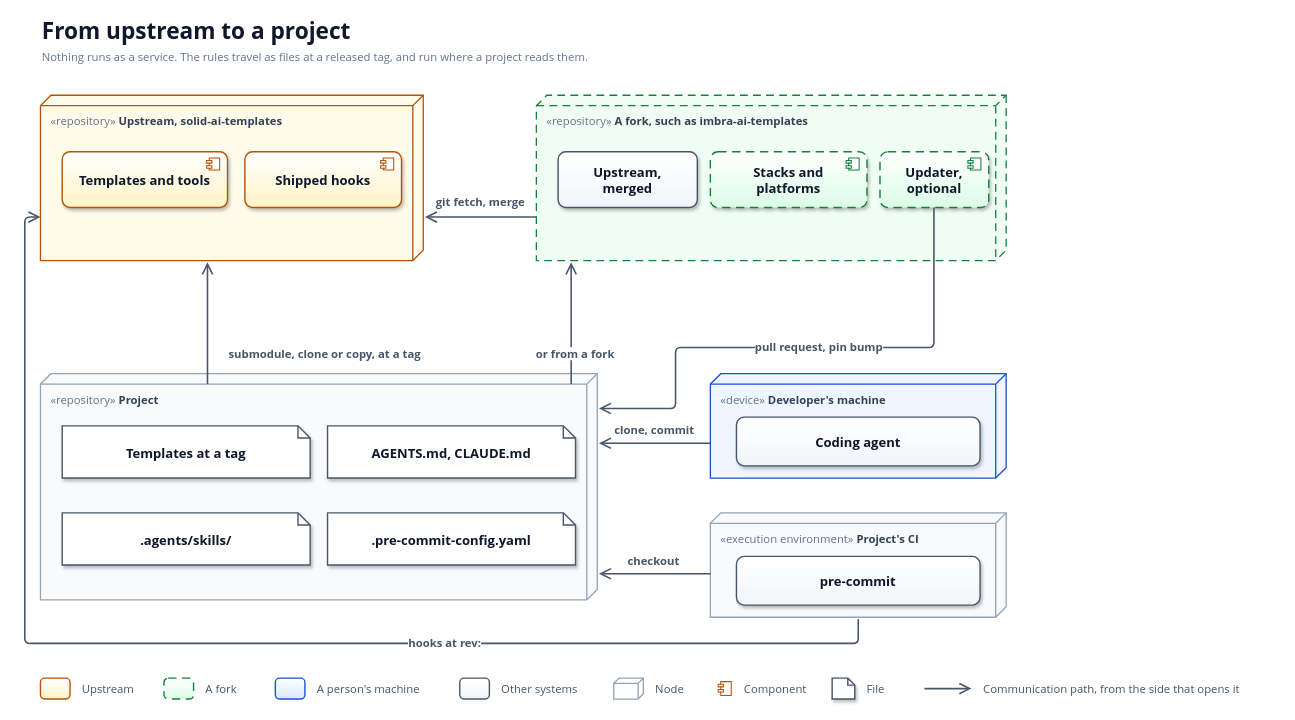
Before: docs/diagrams/deployment-distribution.drawio in solid-ai-dev/solid-ai-templates, a draw.io diagram. Source tidied: cells renumbered, new cells numbered last; positions are measured from the earlier drawing's top-left corner, leaving out a move shared by most shapes. Both pictures are drawn from the tidied source at 87%, with x=0, y=0 at pixel (24, 15).
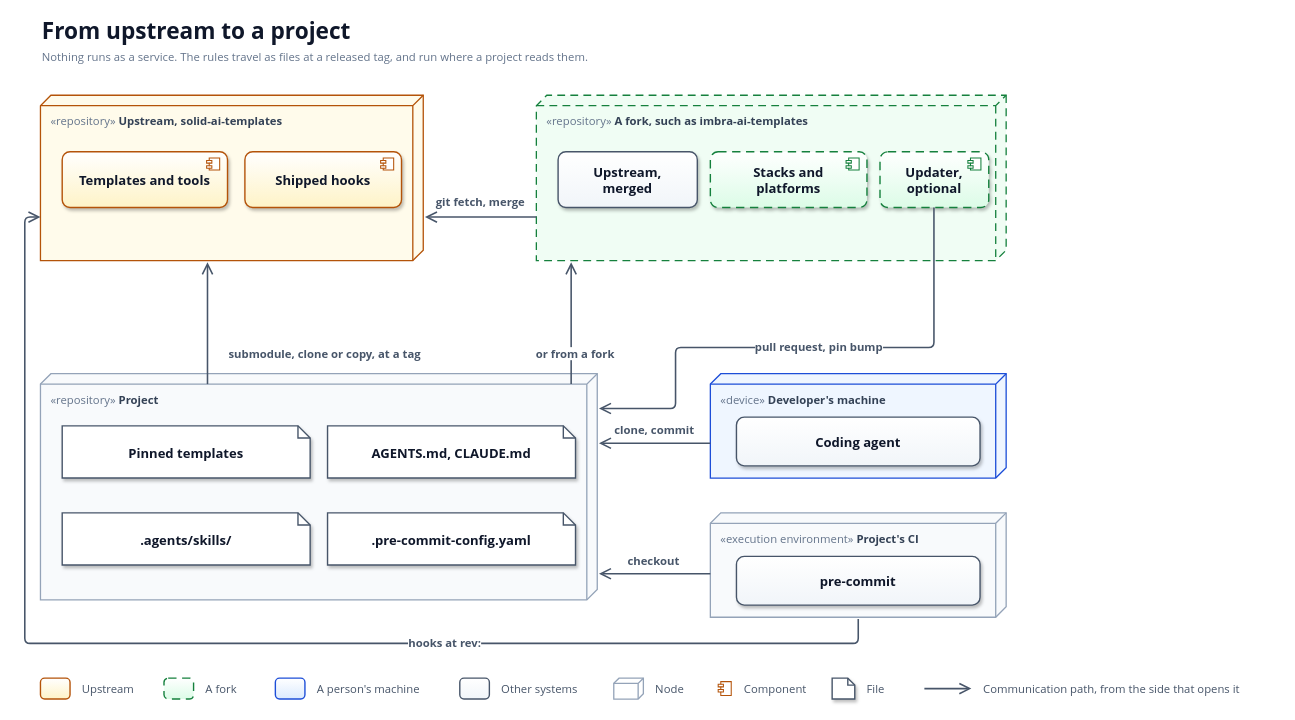
Above is the later version.

Commit message (it also covers changes not shown here):
docs(architecture): name the vendored copy pinned templates in chapter 7 (#2410)

Claude-Session: https://claude.ai/code/session_01DpT5xSVK2FLNdArtRtNjLH

The edit, as a diff of the source:
```diff
@@
-    <mxCell id="16" value="Templates at a tag" style="shape=note;size=14;whiteSpace=wrap;html=1;fillColor=#FFFFFF;strokeColor=#475569;strokeWidth=1.6;shadow=1;align=center;verticalAlign=middle;fontFamily=Segoe UI;fontSize=15;fontStyle=1;fontColor=#0F172A;spacingLeft=10;spacingRight=10;" parent="1" vertex="1">
+    <mxCell id="16" value="Pinned templates" style="shape=note;size=14;whiteSpace=wrap;html=1;fillColor=#FFFFFF;strokeColor=#475569;strokeWidth=1.6;shadow=1;align=center;verticalAlign=middle;fontFamily=Segoe UI;fontSize=15;fontStyle=1;fontColor=#0F172A;spacingLeft=10;spacingRight=10;" parent="1" vertex="1">
       <mxGeometry x="43" y="472" width="285" height="60" as="geometry" />
     </mxCell>
```
